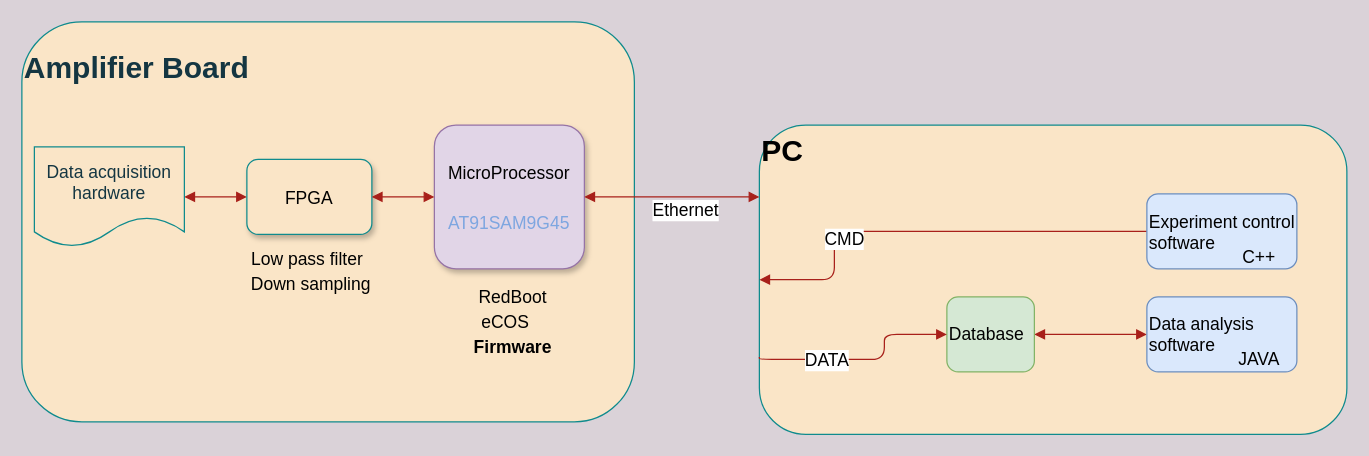
This is Molex/DAQ.drawio from WenxiJin/drawio, a draw.io file, before an edit. Source tidied: cells renumbered, new cells numbered last; positions are measured from the earlier drawing's top-left corner, leaving out a move shared by most shapes. Both pictures are drawn from the tidied source at 125%, with x=0, y=0 at pixel (21, 21). Pictures stored in the file or linked from it are replaced by grey dashed boxes.
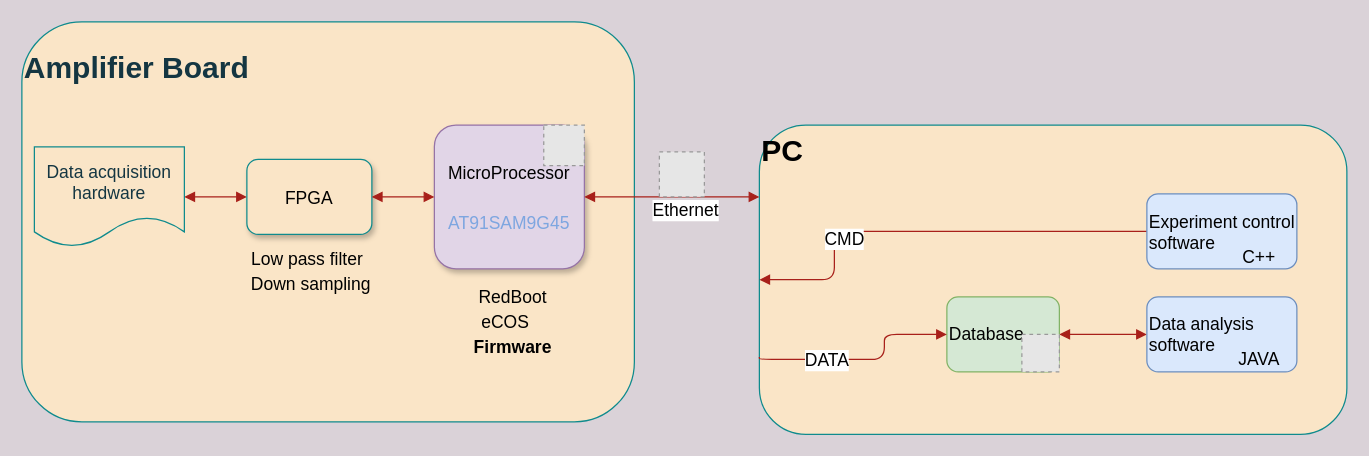
The same diagram, later.

The edit, as a diff of the source:
```diff
@@
     <mxCell id="17" value="Database" style="rounded=1;whiteSpace=wrap;html=1;labelBackgroundColor=none;sketch=0;strokeColor=#82b366;fillColor=#d5e8d4;fontSize=14;align=left;" parent="1" vertex="1">
-      <mxGeometry x="740" y="220" width="70" height="60" as="geometry" />
+      <mxGeometry x="740" y="220" width="90" height="60" as="geometry" />
     </mxCell>
@@
+    <mxCell id="28" style="fillColor=#E6E6E6;strokeColor=#999999;dashed=1;verticalLabelPosition=bottom;labelBackgroundColor=#ffffff;verticalAlign=top;" parent="1" vertex="1">
+      <mxGeometry x="417.5" y="82.5" width="32.5" height="32.5" as="geometry" />
+    </mxCell>
+    <mxCell id="29" style="fillColor=#E6E6E6;strokeColor=#999999;dashed=1;verticalLabelPosition=bottom;labelBackgroundColor=#ffffff;verticalAlign=top;" parent="1" vertex="1">
+      <mxGeometry x="510" y="104" width="36" height="36" as="geometry" />
+    </mxCell>
+    <mxCell id="30" style="fillColor=#E6E6E6;strokeColor=#999999;dashed=1;verticalLabelPosition=bottom;labelBackgroundColor=#ffffff;verticalAlign=top;" parent="1" vertex="1">
+      <mxGeometry x="800" y="250" width="30" height="30" as="geometry" />
+    </mxCell>
```
